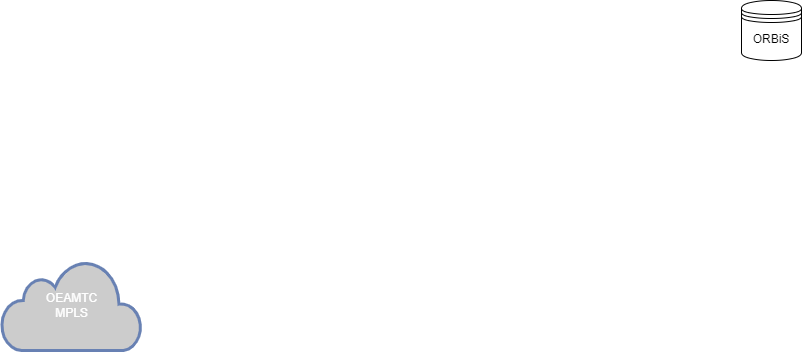
Before: Drawio_Charts/ft_nagvis.drawio.png, a diagram exported from draw.io (FILXxL/work_scripts). Source tidied: cells renumbered, new cells last; positions are measured from the earlier drawing's top-left corner, leaving out a move shared by most shapes.
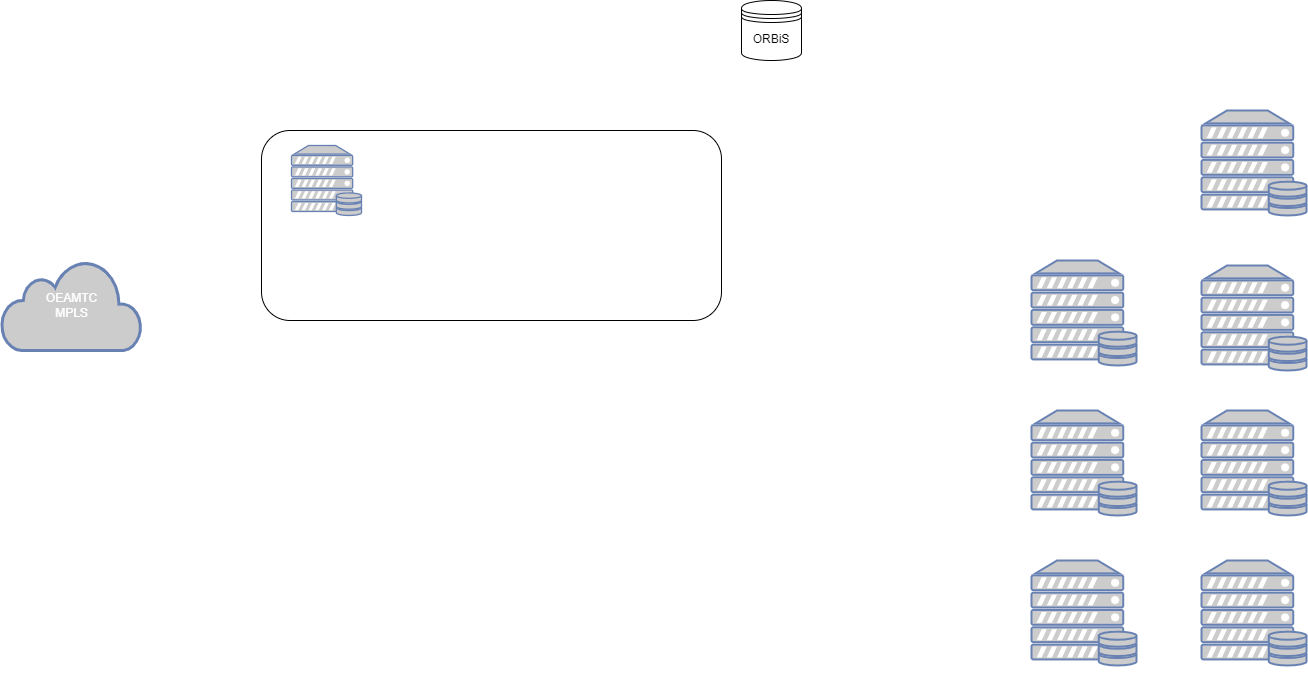
After the change.

Commit message:
add terminalserver on nagvis drawio

Change to the diagram source:
```diff
@@ -2,11 +2,38 @@
   <root>
     <mxCell id="0" />
     <mxCell id="1" parent="0" />
+    <mxCell id="4" value="&lt;span style=&quot;background-color: initial; font-size: 20px;&quot;&gt;TDF&lt;/span&gt;" style="rounded=1;whiteSpace=wrap;html=1;fontColor=#ffffff;align=center;spacingBottom=140;fontSize=20;" parent="1" vertex="1">
+      <mxGeometry x="260" y="130" width="460" height="190" as="geometry" />
+    </mxCell>
     <mxCell id="2" value="ORBiS" style="shape=datastore;whiteSpace=wrap;html=1;" parent="1" vertex="1">
       <mxGeometry x="740" width="60" height="60" as="geometry" />
     </mxCell>
     <mxCell id="3" value="OEAMTC&lt;br&gt;MPLS" style="html=1;fillColor=#CCCCCC;strokeColor=#6881B3;gradientColor=none;gradientDirection=north;strokeWidth=2;shape=mxgraph.networks.cloud;fontColor=#ffffff;" parent="1" vertex="1">
       <mxGeometry y="260" width="140" height="90" as="geometry" />
     </mxCell>
+    <mxCell id="5" value="&lt;font color=&quot;#ffffff&quot;&gt;N3000&lt;/font&gt;" style="fontColor=#0066CC;verticalAlign=top;verticalLabelPosition=bottom;labelPosition=center;align=center;html=1;fillColor=#CCCCCC;strokeColor=#6881B3;gradientColor=none;gradientDirection=north;strokeWidth=2;shape=mxgraph.networks.server_storage;" parent="1" vertex="1">
+      <mxGeometry x="290" y="145" width="70" height="70" as="geometry" />
+    </mxCell>
+    <mxCell id="6" value="&lt;font color=&quot;#ffffff&quot;&gt;N3110&lt;br&gt;&lt;/font&gt;" style="fontColor=#0066CC;verticalAlign=top;verticalLabelPosition=bottom;labelPosition=center;align=center;html=1;fillColor=#CCCCCC;strokeColor=#6881B3;gradientColor=none;gradientDirection=north;strokeWidth=2;shape=mxgraph.networks.server_storage;" parent="1" vertex="1">
+      <mxGeometry x="1030" y="260" width="105" height="105" as="geometry" />
+    </mxCell>
+    <mxCell id="7" value="&lt;font color=&quot;#ffffff&quot;&gt;N3130&lt;/font&gt;" style="fontColor=#0066CC;verticalAlign=top;verticalLabelPosition=bottom;labelPosition=center;align=center;html=1;fillColor=#CCCCCC;strokeColor=#6881B3;gradientColor=none;gradientDirection=north;strokeWidth=2;shape=mxgraph.networks.server_storage;" parent="1" vertex="1">
+      <mxGeometry x="1030" y="410" width="105" height="105" as="geometry" />
+    </mxCell>
+    <mxCell id="8" value="&lt;font color=&quot;#ffffff&quot;&gt;N3140&lt;/font&gt;" style="fontColor=#0066CC;verticalAlign=top;verticalLabelPosition=bottom;labelPosition=center;align=center;html=1;fillColor=#CCCCCC;strokeColor=#6881B3;gradientColor=none;gradientDirection=north;strokeWidth=2;shape=mxgraph.networks.server_storage;" parent="1" vertex="1">
+      <mxGeometry x="1030" y="560" width="105" height="105" as="geometry" />
+    </mxCell>
+    <mxCell id="9" value="&lt;font color=&quot;#ffffff&quot;&gt;N3160&lt;/font&gt;" style="fontColor=#0066CC;verticalAlign=top;verticalLabelPosition=bottom;labelPosition=center;align=center;html=1;fillColor=#CCCCCC;strokeColor=#6881B3;gradientColor=none;gradientDirection=north;strokeWidth=2;shape=mxgraph.networks.server_storage;" parent="1" vertex="1">
+      <mxGeometry x="1200" y="110" width="105" height="105" as="geometry" />
+    </mxCell>
+    <mxCell id="10" value="&lt;font color=&quot;#ffffff&quot;&gt;N3180&lt;/font&gt;" style="fontColor=#0066CC;verticalAlign=top;verticalLabelPosition=bottom;labelPosition=center;align=center;html=1;fillColor=#CCCCCC;strokeColor=#6881B3;gradientColor=none;gradientDirection=north;strokeWidth=2;shape=mxgraph.networks.server_storage;" parent="1" vertex="1">
+      <mxGeometry x="1200" y="265" width="105" height="105" as="geometry" />
+    </mxCell>
+    <mxCell id="11" value="&lt;font color=&quot;#ffffff&quot;&gt;N3280&lt;/font&gt;" style="fontColor=#0066CC;verticalAlign=top;verticalLabelPosition=bottom;labelPosition=center;align=center;html=1;fillColor=#CCCCCC;strokeColor=#6881B3;gradientColor=none;gradientDirection=north;strokeWidth=2;shape=mxgraph.networks.server_storage;" parent="1" vertex="1">
+      <mxGeometry x="1200" y="410" width="105" height="105" as="geometry" />
+    </mxCell>
+    <mxCell id="12" value="&lt;font color=&quot;#ffffff&quot;&gt;N3190&lt;/font&gt;" style="fontColor=#0066CC;verticalAlign=top;verticalLabelPosition=bottom;labelPosition=center;align=center;html=1;fillColor=#CCCCCC;strokeColor=#6881B3;gradientColor=none;gradientDirection=north;strokeWidth=2;shape=mxgraph.networks.server_storage;" parent="1" vertex="1">
+      <mxGeometry x="1200" y="560" width="105" height="105" as="geometry" />
+    </mxCell>
   </root>
 </mxGraphModel>
```
